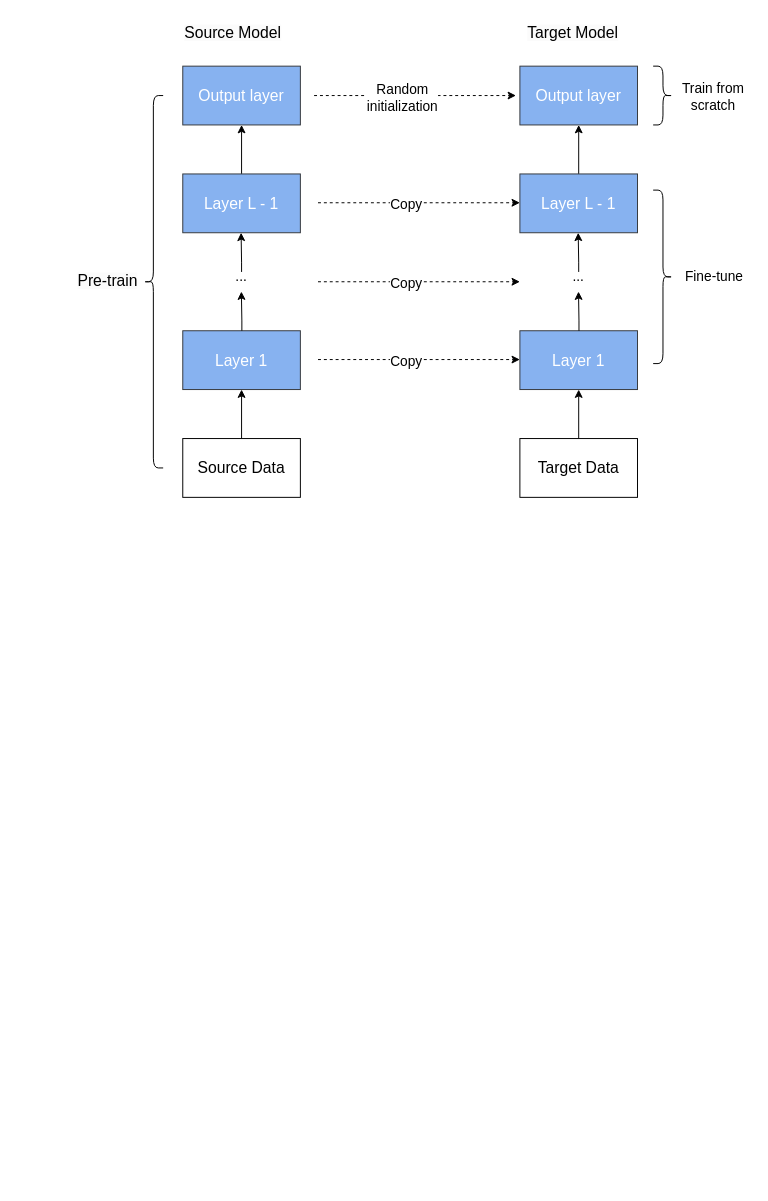
Above: fedreted-finetune.drawio in imayuxiang/drawio (draw.io), before the change. Source tidied: cells renumbered, new cells numbered last; positions are measured from the earlier drawing's top-left corner, leaving out a move shared by most shapes. Both pictures are drawn from the tidied source at 98%, with x=0, y=0 at pixel (75, 17).
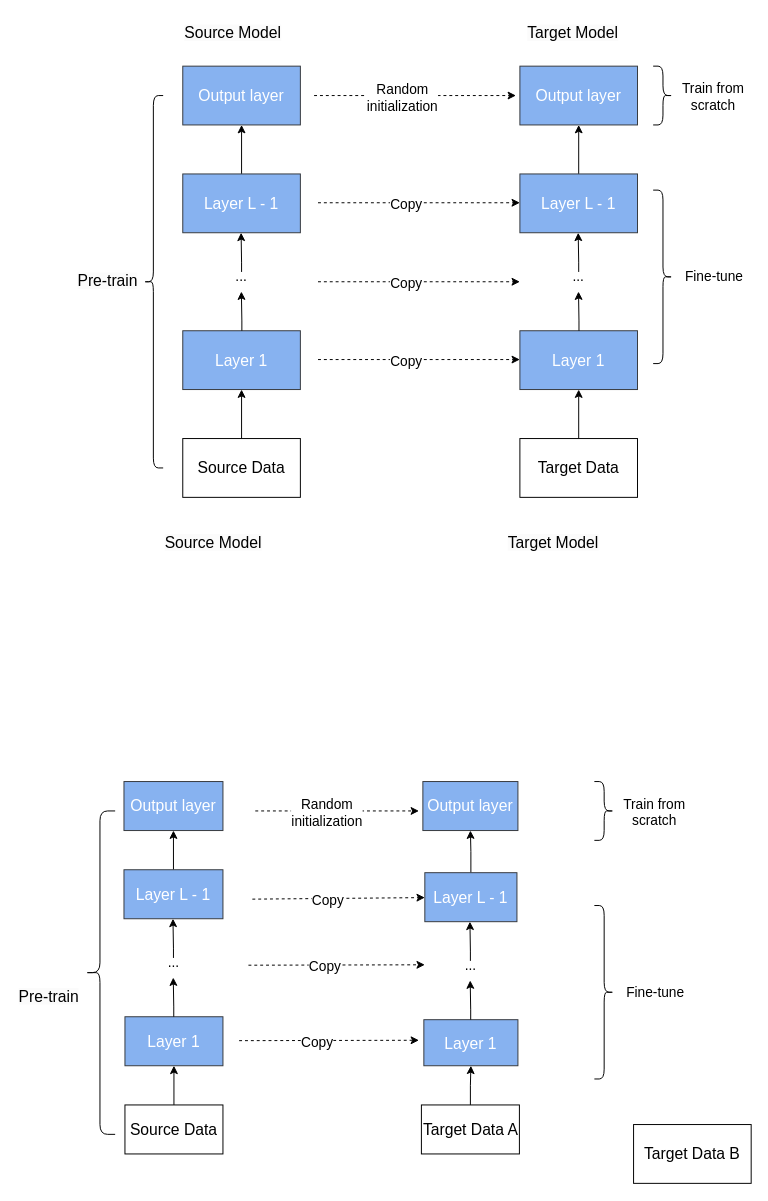
The same diagram, later.

The edit, as a diff of the source:
```diff
@@
+    <mxCell id="36" value="&lt;font style=&quot;font-size: 16px;&quot; color=&quot;#ffffff&quot;&gt;Output layer&lt;/font&gt;" style="rounded=0;whiteSpace=wrap;html=1;fillColor=#87B2F0;strokeColor=#36393d;" parent="1" vertex="1">
+      <mxGeometry x="49" y="780" width="101" height="50" as="geometry" />
+    </mxCell>
+    <mxCell id="37" style="edgeStyle=orthogonalEdgeStyle;rounded=0;jettySize=auto;html=1;" parent="1" edge="1" source="38" target="36">
+      <mxGeometry relative="1" as="geometry" />
+    </mxCell>
+    <mxCell id="38" value="&lt;font style=&quot;font-size: 16px;&quot; color=&quot;#ffffff&quot;&gt;Layer L - 1&lt;/font&gt;" style="rounded=0;whiteSpace=wrap;html=1;fillColor=#87B2F0;strokeColor=#36393d;" parent="1" vertex="1">
+      <mxGeometry x="49" y="870" width="101" height="50" as="geometry" />
+    </mxCell>
+    <mxCell id="39" value="&lt;font style=&quot;font-size: 16px;&quot; color=&quot;#ffffff&quot;&gt;Layer 1&lt;/font&gt;" style="rounded=0;whiteSpace=wrap;html=1;fillColor=#87B2F0;strokeColor=#36393d;" parent="1" vertex="1">
+      <mxGeometry x="50" y="1020" width="100" height="50" as="geometry" />
+    </mxCell>
+    <mxCell id="40" style="edgeStyle=orthogonalEdgeStyle;rounded=0;orthogonalLoop=1;jettySize=auto;html=1;" parent="1" edge="1">
+      <mxGeometry relative="1" as="geometry">
+        <mxPoint x="99.5" y="960" as="sourcePoint" />
+        <mxPoint x="99" y="920" as="targetPoint" />
+        <Array as="points">
+          <mxPoint x="99.5" y="950" />
+          <mxPoint x="99.5" y="950" />
+        </Array>
+      </mxGeometry>
+    </mxCell>
+    <mxCell id="41" value="&lt;font style=&quot;font-size: 14px;&quot;&gt;...&lt;/font&gt;" style="text;html=1;strokeColor=none;fillColor=none;align=center;verticalAlign=middle;whiteSpace=wrap;rounded=0;" parent="1" vertex="1">
+      <mxGeometry x="69.5" y="950" width="60" height="30" as="geometry" />
+    </mxCell>
+    <mxCell id="42" style="edgeStyle=orthogonalEdgeStyle;rounded=0;orthogonalLoop=1;jettySize=auto;html=1;" parent="1" edge="1">
+      <mxGeometry relative="1" as="geometry">
+        <mxPoint x="99.8" y="1020" as="sourcePoint" />
+        <mxPoint x="99.3" y="980" as="targetPoint" />
+        <Array as="points">
+          <mxPoint x="99.8" y="1010" />
+          <mxPoint x="99.8" y="1010" />
+        </Array>
+      </mxGeometry>
+    </mxCell>
+    <mxCell id="43" style="edgeStyle=orthogonalEdgeStyle;rounded=0;jettySize=auto;html=1;" parent="1" edge="1" source="44" target="39">
+      <mxGeometry relative="1" as="geometry" />
+    </mxCell>
+    <mxCell id="44" value="&lt;font style=&quot;font-size: 16px;&quot;&gt;Source Data&lt;/font&gt;" style="rounded=0;whiteSpace=wrap;html=1;fontColor=#000000;" parent="1" vertex="1">
+      <mxGeometry x="50" y="1110" width="100" height="50" as="geometry" />
+    </mxCell>
+    <mxCell id="45" value="&lt;span style=&quot;color: rgb(0, 0, 0); font-family: Helvetica; font-size: 16px; font-style: normal; font-variant-ligatures: normal; font-variant-caps: normal; font-weight: 400; letter-spacing: normal; orphans: 2; text-align: center; text-indent: 0px; text-transform: none; widows: 2; word-spacing: 0px; -webkit-text-stroke-width: 0px; background-color: rgb(251, 251, 251); text-decoration-thickness: initial; text-decoration-style: initial; text-decoration-color: initial; float: none; display: inline !important;&quot;&gt;Pre-train&lt;/span&gt;" style="text;whiteSpace=wrap;html=1;" parent="1" vertex="1">
+      <mxGeometry x="-60" y="983" width="120" height="40" as="geometry" />
+    </mxCell>
+    <mxCell id="46" value="&lt;font style=&quot;font-size: 16px;&quot; color=&quot;#ffffff&quot;&gt;Output layer&lt;/font&gt;" style="rounded=0;whiteSpace=wrap;html=1;fillColor=#87B2F0;strokeColor=#36393d;" parent="1" vertex="1">
+      <mxGeometry x="354" y="780" width="97" height="50" as="geometry" />
+    </mxCell>
+    <mxCell id="47" style="edgeStyle=orthogonalEdgeStyle;rounded=0;jettySize=auto;html=1;" parent="1" edge="1" source="70" target="46">
+      <mxGeometry relative="1" as="geometry" />
+    </mxCell>
+    <mxCell id="48" value="&lt;font style=&quot;font-size: 16px;&quot; color=&quot;#ffffff&quot;&gt;Layer 1&lt;/font&gt;" style="rounded=0;whiteSpace=wrap;html=1;fillColor=#87B2F0;strokeColor=#36393d;" parent="1" vertex="1">
+      <mxGeometry x="355" y="1023" width="96" height="47" as="geometry" />
+    </mxCell>
+    <mxCell id="49" style="edgeStyle=orthogonalEdgeStyle;rounded=0;orthogonalLoop=1;jettySize=auto;html=1;" parent="1" edge="1">
+      <mxGeometry relative="1" as="geometry">
+        <mxPoint x="402.5" y="963" as="sourcePoint" />
+        <mxPoint x="402" y="923" as="targetPoint" />
+        <Array as="points">
+          <mxPoint x="402.5" y="953" />
+          <mxPoint x="402.5" y="953" />
+        </Array>
+      </mxGeometry>
+    </mxCell>
+    <mxCell id="50" value="&lt;font style=&quot;font-size: 14px;&quot;&gt;...&lt;/font&gt;" style="text;html=1;strokeColor=none;fillColor=none;align=center;verticalAlign=middle;whiteSpace=wrap;rounded=0;" parent="1" vertex="1">
+      <mxGeometry x="372.5" y="953" width="60" height="30" as="geometry" />
+    </mxCell>
+    <mxCell id="51" style="edgeStyle=orthogonalEdgeStyle;rounded=0;orthogonalLoop=1;jettySize=auto;html=1;" parent="1" edge="1">
+      <mxGeometry relative="1" as="geometry">
+        <mxPoint x="402.8" y="1023" as="sourcePoint" />
+        <mxPoint x="402.3" y="983" as="targetPoint" />
+        <Array as="points">
+          <mxPoint x="402.8" y="1013" />
+          <mxPoint x="402.8" y="1013" />
+        </Array>
+      </mxGeometry>
+    </mxCell>
+    <mxCell id="52" style="edgeStyle=orthogonalEdgeStyle;rounded=0;jettySize=auto;html=1;" parent="1" edge="1" source="53" target="48">
+      <mxGeometry relative="1" as="geometry" />
+    </mxCell>
+    <mxCell id="53" value="&lt;font style=&quot;font-size: 16px;&quot;&gt;Target Data A&lt;/font&gt;" style="rounded=0;whiteSpace=wrap;html=1;fontColor=#000000;" parent="1" vertex="1">
+      <mxGeometry x="352.5" y="1110" width="100" height="50" as="geometry" />
+    </mxCell>
+    <mxCell id="54" style="endArrow=classic;html=1;rounded=0;dashed=1;" parent="1" edge="1">
+      <mxGeometry relative="1" as="geometry">
+        <mxPoint x="183" y="810" as="sourcePoint" />
+        <mxPoint x="350" y="810" as="targetPoint" />
+      </mxGeometry>
+    </mxCell>
+    <mxCell id="55" value="&lt;font style=&quot;font-size: 14px;&quot;&gt;Random&lt;br&gt;initialization&lt;/font&gt;" style="edgeLabel;html=1;align=center;verticalAlign=middle;" parent="54" vertex="1">
+      <mxGeometry x="-0.14" y="-1" relative="1" as="geometry" />
+    </mxCell>
+    <mxCell id="56" style="endArrow=classic;html=1;rounded=0;dashed=1;" parent="1" edge="1">
+      <mxGeometry relative="1" as="geometry">
+        <mxPoint x="166.5" y="1044.4" as="sourcePoint" />
+        <mxPoint x="350" y="1044" as="targetPoint" />
+      </mxGeometry>
+    </mxCell>
+    <mxCell id="57" value="&lt;span style=&quot;font-size: 14px;&quot;&gt;Copy&lt;/span&gt;" style="edgeLabel;html=1;align=center;verticalAlign=middle;" parent="56" vertex="1">
+      <mxGeometry x="-0.14" y="-1" relative="1" as="geometry" />
+    </mxCell>
+    <mxCell id="58" style="endArrow=classic;html=1;rounded=0;dashed=1;" parent="1" edge="1">
+      <mxGeometry relative="1" as="geometry">
+        <mxPoint x="176" y="967.4" as="sourcePoint" />
+        <mxPoint x="356" y="967" as="targetPoint" />
+      </mxGeometry>
+    </mxCell>
+    <mxCell id="59" value="&lt;span style=&quot;font-size: 14px;&quot;&gt;Copy&lt;/span&gt;" style="edgeLabel;html=1;align=center;verticalAlign=middle;" parent="58" vertex="1">
+      <mxGeometry x="-0.14" y="-1" relative="1" as="geometry" />
+    </mxCell>
+    <mxCell id="60" value="&lt;span style=&quot;color: rgb(0, 0, 0); font-family: Helvetica; font-size: 16px; font-style: normal; font-variant-ligatures: normal; font-variant-caps: normal; font-weight: 400; letter-spacing: normal; orphans: 2; text-align: center; text-indent: 0px; text-transform: none; widows: 2; word-spacing: 0px; -webkit-text-stroke-width: 0px; background-color: rgb(251, 251, 251); text-decoration-thickness: initial; text-decoration-style: initial; text-decoration-color: initial; float: none; display: inline !important;&quot;&gt;Source Model&lt;/span&gt;" style="text;whiteSpace=wrap;html=1;" parent="1" vertex="1">
+      <mxGeometry x="89" y="520" width="120" height="40" as="geometry" />
+    </mxCell>
+    <mxCell id="61" value="&lt;span style=&quot;color: rgb(0, 0, 0); font-family: Helvetica; font-size: 16px; font-style: normal; font-variant-ligatures: normal; font-variant-caps: normal; font-weight: 400; letter-spacing: normal; orphans: 2; text-align: center; text-indent: 0px; text-transform: none; widows: 2; word-spacing: 0px; -webkit-text-stroke-width: 0px; background-color: rgb(251, 251, 251); text-decoration-thickness: initial; text-decoration-style: initial; text-decoration-color: initial; float: none; display: inline !important;&quot;&gt;Target Model&lt;/span&gt;" style="text;whiteSpace=wrap;html=1;" parent="1" vertex="1">
+      <mxGeometry x="439" y="520" width="120" height="40" as="geometry" />
+    </mxCell>
+    <mxCell id="62" value="&lt;font style=&quot;font-size: 14px;&quot;&gt;Train from&lt;br&gt;scratch&lt;/font&gt;" style="edgeLabel;html=1;align=center;verticalAlign=middle;" parent="1" vertex="1">
+      <mxGeometry x="589" y="810" as="geometry" />
+    </mxCell>
+    <mxCell id="63" style="shape=curlyBracket;whiteSpace=wrap;html=1;rounded=1;labelPosition=left;verticalLabelPosition=middle;align=right;verticalAlign=middle;" parent="1" vertex="1">
+      <mxGeometry x="9" y="810" width="31" height="330" as="geometry" />
+    </mxCell>
+    <mxCell id="64" style="shape=curlyBracket;whiteSpace=wrap;html=1;rounded=1;flipH=1;labelPosition=right;verticalLabelPosition=middle;align=left;verticalAlign=middle;" parent="1" vertex="1">
+      <mxGeometry x="529" y="906.5" width="20" height="177" as="geometry" />
+    </mxCell>
+    <mxCell id="65" style="shape=curlyBracket;whiteSpace=wrap;html=1;rounded=1;flipH=1;labelPosition=right;verticalLabelPosition=middle;align=left;verticalAlign=middle;size=0.5;" parent="1" vertex="1">
+      <mxGeometry x="529" y="780" width="20" height="60" as="geometry" />
+    </mxCell>
+    <mxCell id="66" value="&lt;span style=&quot;font-size: 14px;&quot;&gt;Fine-tune&lt;/span&gt;" style="edgeLabel;html=1;align=center;verticalAlign=middle;" parent="1" vertex="1">
+      <mxGeometry x="599" y="820" as="geometry">
+        <mxPoint x="-9" y="174" as="offset" />
+      </mxGeometry>
+    </mxCell>
+    <mxCell id="67" value="&lt;font style=&quot;font-size: 16px;&quot;&gt;Target Data B&lt;/font&gt;" style="rounded=0;whiteSpace=wrap;html=1;fontColor=#000000;" parent="1" vertex="1">
+      <mxGeometry x="569" y="1130" width="120" height="60" as="geometry" />
+    </mxCell>
+    <mxCell id="68" style="endArrow=classic;html=1;rounded=0;dashed=1;" parent="1" edge="1" target="70">
+      <mxGeometry relative="1" as="geometry">
+        <mxPoint x="180" y="900" as="sourcePoint" />
+      </mxGeometry>
+    </mxCell>
+    <mxCell id="69" value="&lt;span style=&quot;font-size: 14px;&quot;&gt;Copy&lt;/span&gt;" style="edgeLabel;html=1;align=center;verticalAlign=middle;" parent="68" vertex="1">
+      <mxGeometry x="-0.14" y="-1" relative="1" as="geometry" />
+    </mxCell>
+    <mxCell id="70" value="&lt;font style=&quot;font-size: 16px;&quot; color=&quot;#ffffff&quot;&gt;Layer L - 1&lt;/font&gt;" style="rounded=0;whiteSpace=wrap;html=1;fillColor=#87B2F0;strokeColor=#36393d;" parent="1" vertex="1">
+      <mxGeometry x="356" y="873" width="94" height="50" as="geometry" />
+    </mxCell>
```
